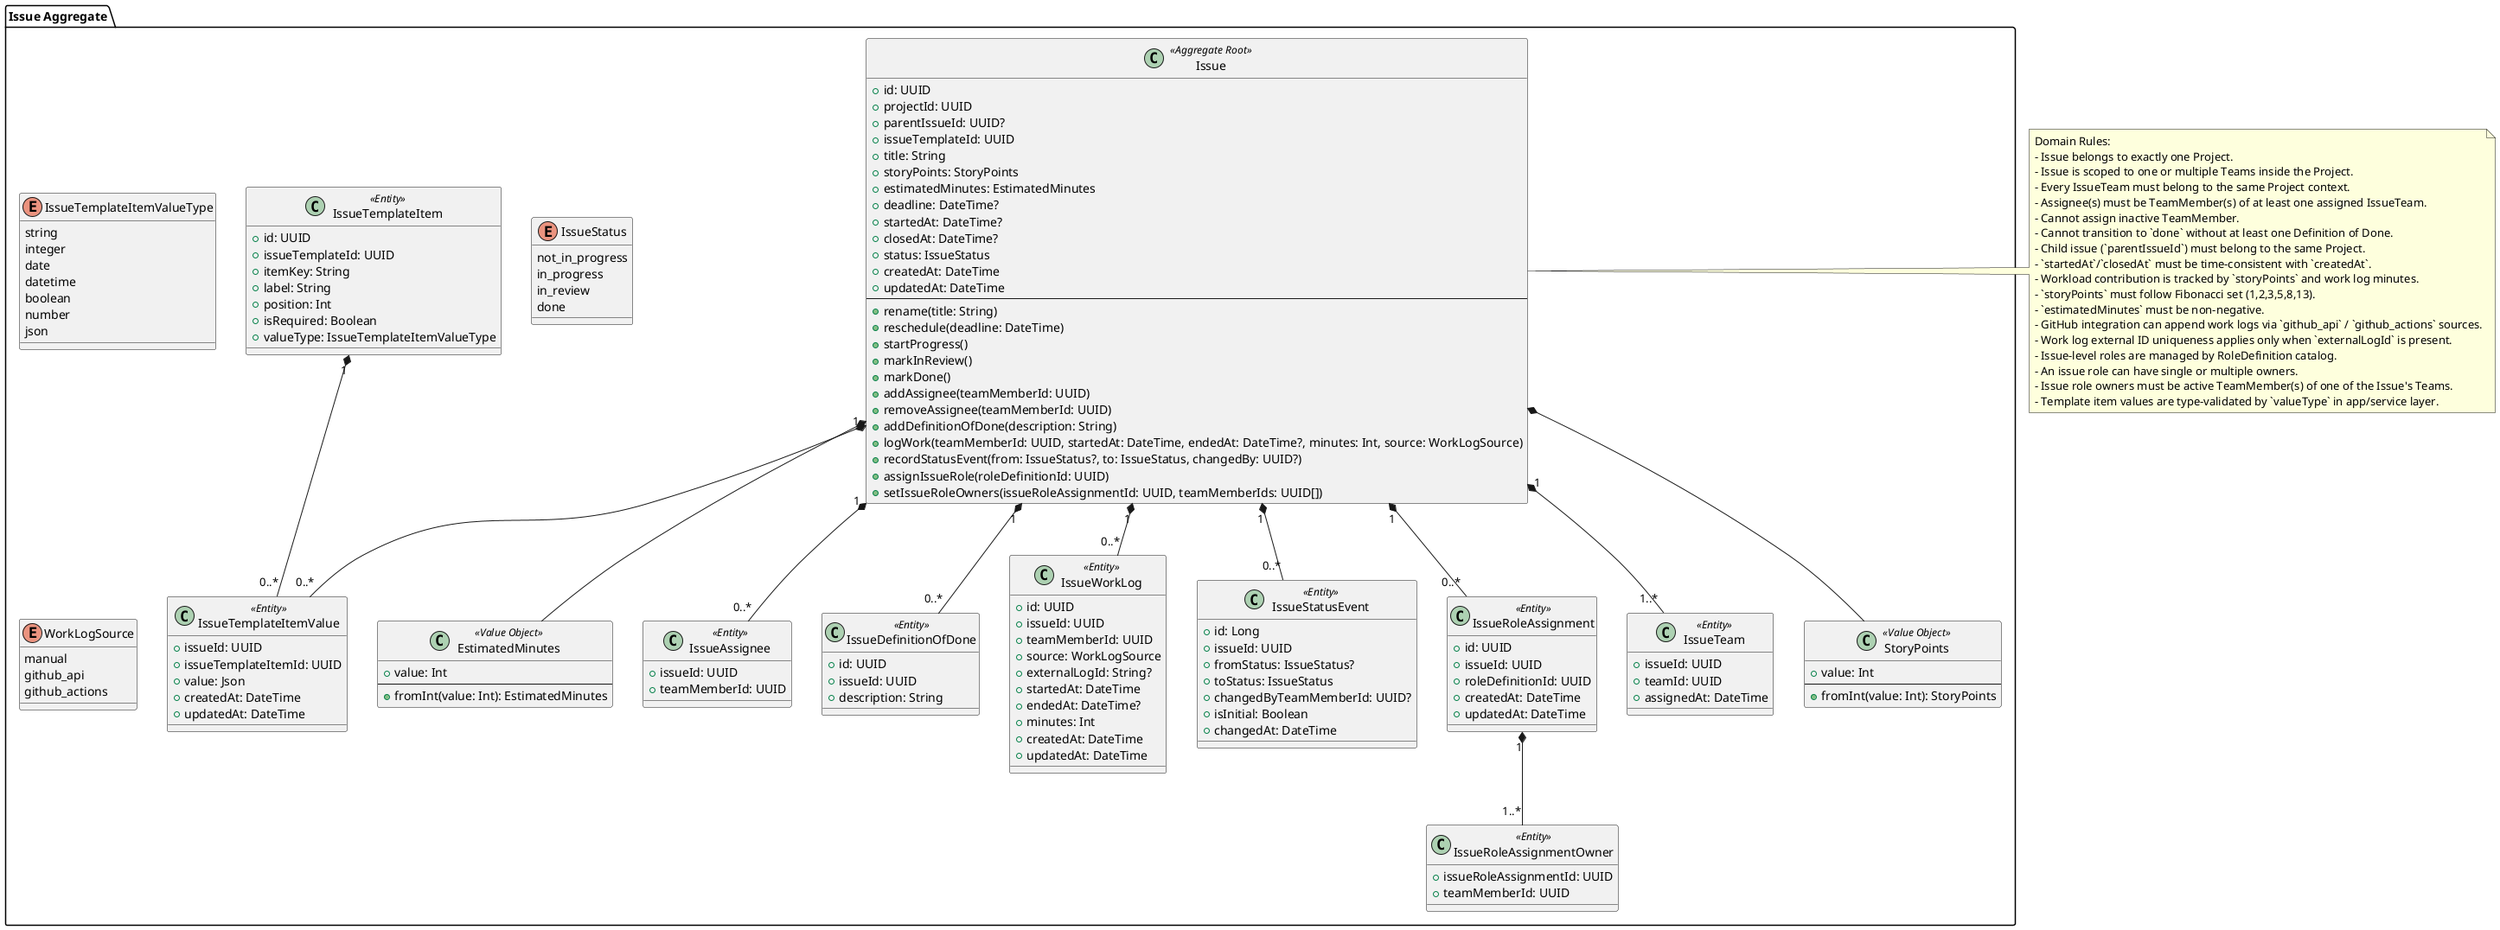
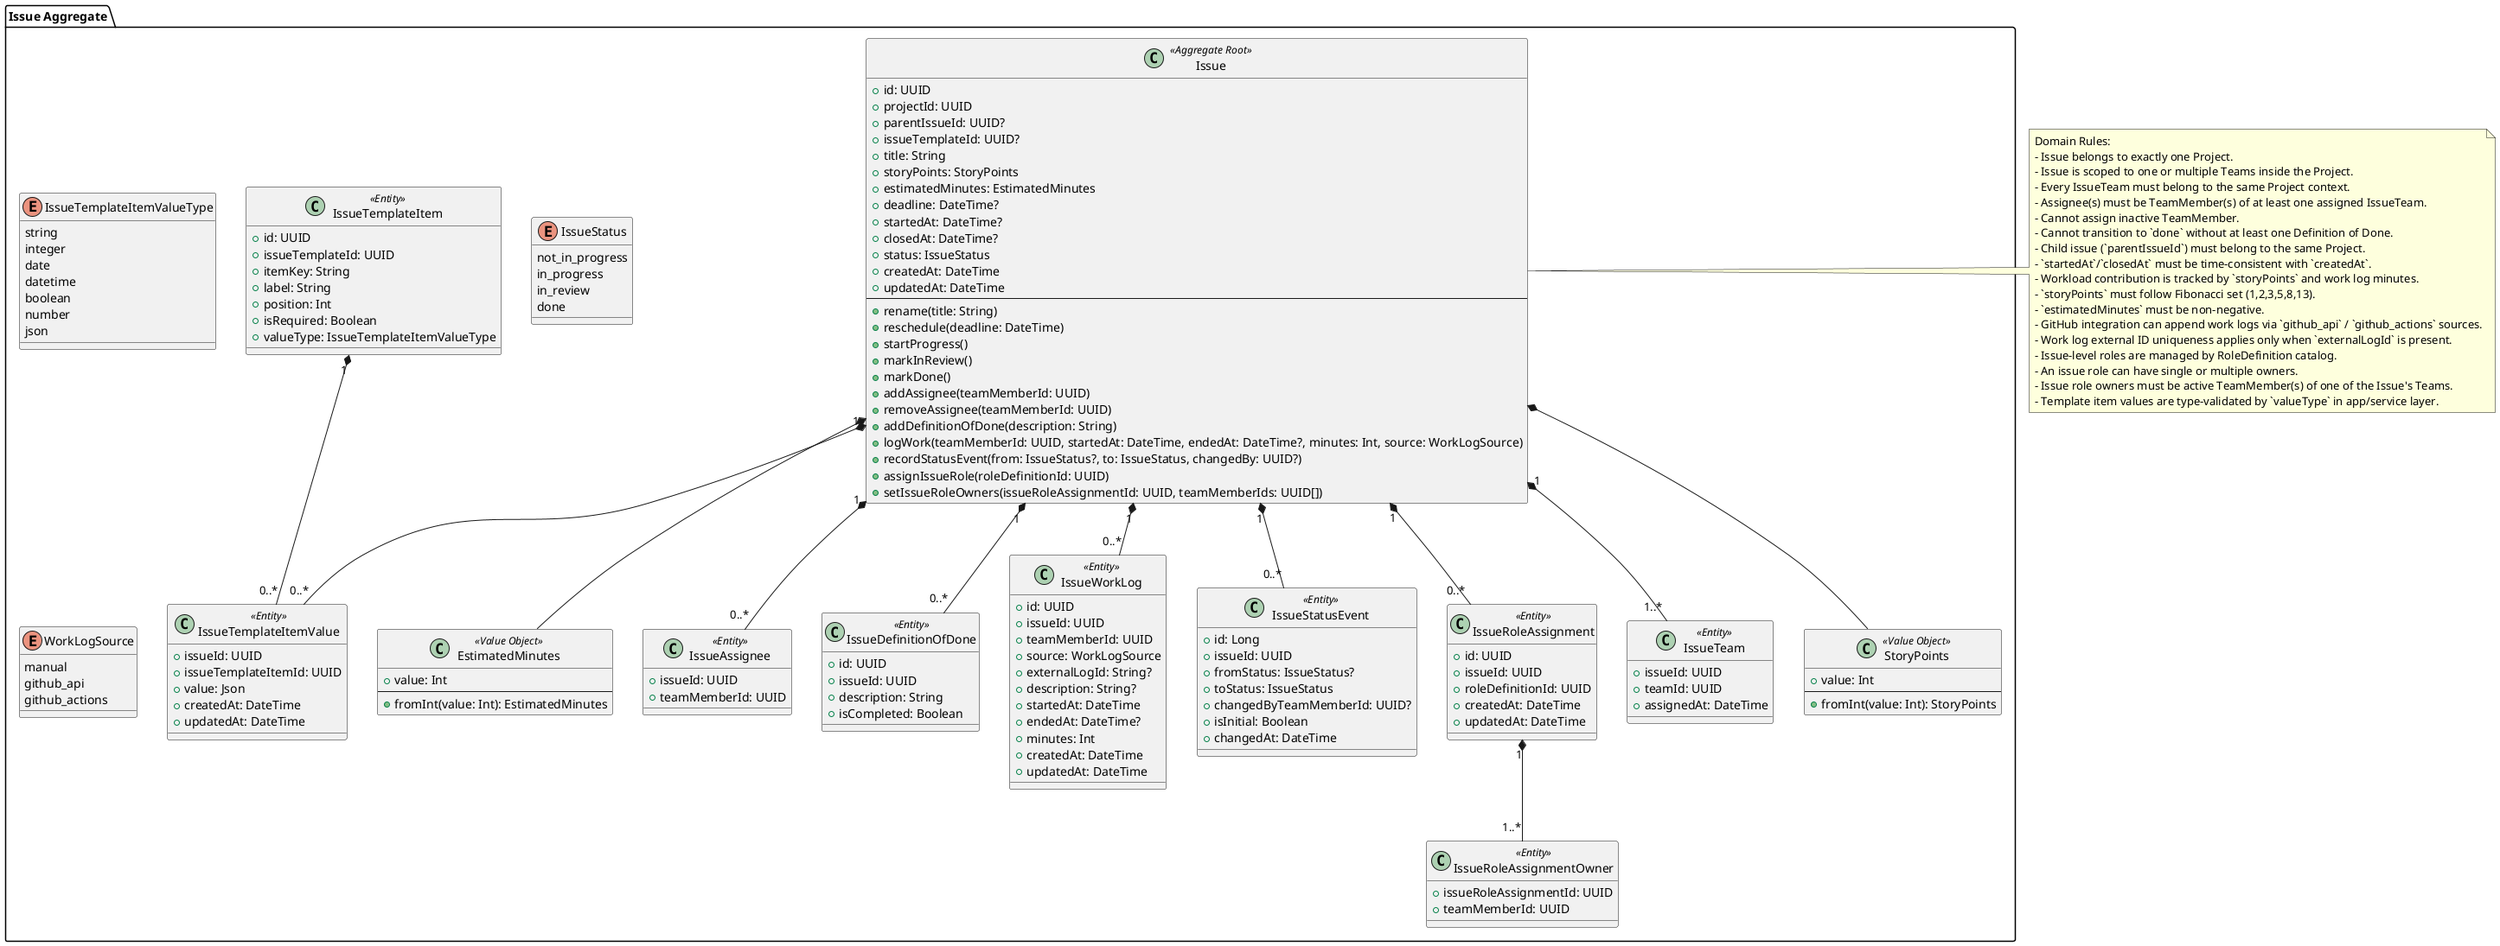
@startuml
package "Issue Aggregate" {

  class Issue <<Aggregate Root>> {
    +id: UUID
    +projectId: UUID
    +parentIssueId: UUID?
-     +issueTemplateId: UUID
+     +issueTemplateId: UUID?
    +title: String
    +storyPoints: StoryPoints
    +estimatedMinutes: EstimatedMinutes
    +deadline: DateTime?
    +startedAt: DateTime?
    +closedAt: DateTime?
    +status: IssueStatus
    +createdAt: DateTime
    +updatedAt: DateTime
    --
    +rename(title: String)
    +reschedule(deadline: DateTime)
    +startProgress()
    +markInReview()
    +markDone()
    +addAssignee(teamMemberId: UUID)
    +removeAssignee(teamMemberId: UUID)
    +addDefinitionOfDone(description: String)
    +logWork(teamMemberId: UUID, startedAt: DateTime, endedAt: DateTime?, minutes: Int, source: WorkLogSource)
    +recordStatusEvent(from: IssueStatus?, to: IssueStatus, changedBy: UUID?)
    +assignIssueRole(roleDefinitionId: UUID)
    +setIssueRoleOwners(issueRoleAssignmentId: UUID, teamMemberIds: UUID[])
  }

  class IssueTeam <<Entity>> {
    +issueId: UUID
    +teamId: UUID
    +assignedAt: DateTime
  }

  class StoryPoints <<Value Object>> {
    +value: Int
    --
    +fromInt(value: Int): StoryPoints
  }

  class EstimatedMinutes <<Value Object>> {
    +value: Int
    --
    +fromInt(value: Int): EstimatedMinutes
  }

  enum IssueTemplateItemValueType {
    string
    integer
    date
    datetime
    boolean
    number
    json
  }

  enum IssueStatus {
    not_in_progress
    in_progress
    in_review
    done
  }

  class IssueAssignee <<Entity>> {
    +issueId: UUID
    +teamMemberId: UUID
  }

  class IssueDefinitionOfDone <<Entity>> {
    +id: UUID
    +issueId: UUID
    +description: String
+     +isCompleted: Boolean
  }

  enum WorkLogSource {
    manual
    github_api
    github_actions
  }

  class IssueWorkLog <<Entity>> {
    +id: UUID
    +issueId: UUID
    +teamMemberId: UUID
    +source: WorkLogSource
    +externalLogId: String?
+     +description: String?
    +startedAt: DateTime
    +endedAt: DateTime?
    +minutes: Int
    +createdAt: DateTime
    +updatedAt: DateTime
  }

  class IssueStatusEvent <<Entity>> {
    +id: Long
    +issueId: UUID
    +fromStatus: IssueStatus?
    +toStatus: IssueStatus
    +changedByTeamMemberId: UUID?
    +isInitial: Boolean
    +changedAt: DateTime
  }

  class IssueRoleAssignment <<Entity>> {
    +id: UUID
    +issueId: UUID
    +roleDefinitionId: UUID
    +createdAt: DateTime
    +updatedAt: DateTime
  }

  class IssueRoleAssignmentOwner <<Entity>> {
    +issueRoleAssignmentId: UUID
    +teamMemberId: UUID
  }

  class IssueTemplateItem <<Entity>> {
    +id: UUID
    +issueTemplateId: UUID
    +itemKey: String
    +label: String
    +position: Int
    +isRequired: Boolean
    +valueType: IssueTemplateItemValueType
  }

  class IssueTemplateItemValue <<Entity>> {
    +issueId: UUID
    +issueTemplateItemId: UUID
    +value: Json
    +createdAt: DateTime
    +updatedAt: DateTime
  }

  Issue "1" *-- "1..*" IssueTeam
  Issue *-- StoryPoints
  Issue *-- EstimatedMinutes
  Issue "1" *-- "0..*" IssueAssignee
  Issue "1" *-- "0..*" IssueDefinitionOfDone
  Issue "1" *-- "0..*" IssueWorkLog
  Issue "1" *-- "0..*" IssueStatusEvent
  Issue "1" *-- "0..*" IssueRoleAssignment
  Issue "1" *-- "0..*" IssueTemplateItemValue
  IssueTemplateItem "1" *-- "0..*" IssueTemplateItemValue
  IssueRoleAssignment "1" *-- "1..*" IssueRoleAssignmentOwner
}

note right of Issue
Domain Rules:
- Issue belongs to exactly one Project.
- Issue is scoped to one or multiple Teams inside the Project.
- Every IssueTeam must belong to the same Project context.
- Assignee(s) must be TeamMember(s) of at least one assigned IssueTeam.
- Cannot assign inactive TeamMember.
- Cannot transition to `done` without at least one Definition of Done.
- Child issue (`parentIssueId`) must belong to the same Project.
- `startedAt`/`closedAt` must be time-consistent with `createdAt`.
- Workload contribution is tracked by `storyPoints` and work log minutes.
- `storyPoints` must follow Fibonacci set (1,2,3,5,8,13).
- `estimatedMinutes` must be non-negative.
- GitHub integration can append work logs via `github_api` / `github_actions` sources.
- Work log external ID uniqueness applies only when `externalLogId` is present.
- Issue-level roles are managed by RoleDefinition catalog.
- An issue role can have single or multiple owners.
- Issue role owners must be active TeamMember(s) of one of the Issue's Teams.
- Template item values are type-validated by `valueType` in app/service layer.
end note

@enduml